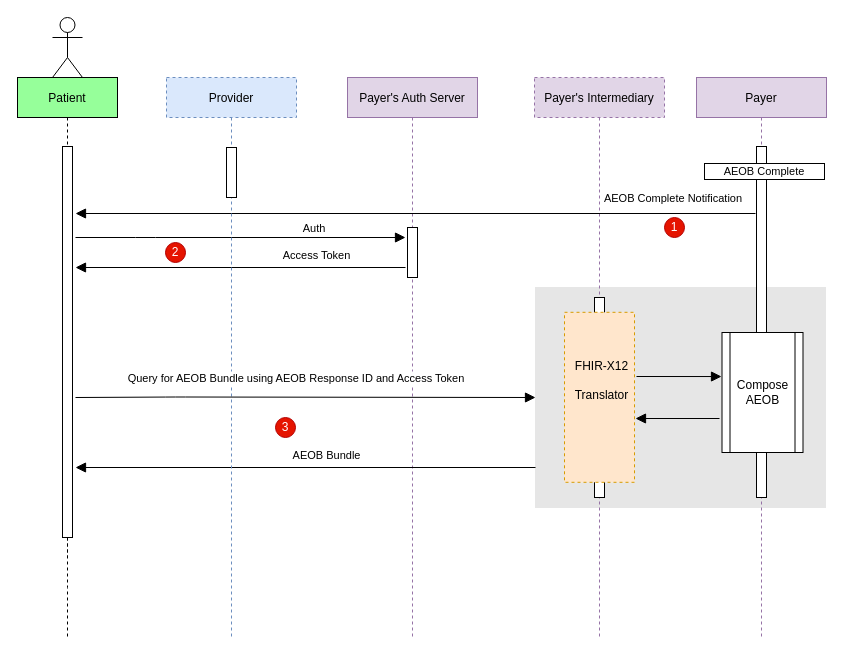
This is input/images/GetAEOB.drawio from HL7/davinci-pct, a draw.io file, before an edit. Source tidied: cells renumbered, new cells numbered last; positions are measured from the earlier drawing's top-left corner, leaving out a move shared by most shapes. Both pictures are drawn from the tidied source at 100%, with x=0, y=0 at pixel (17, 17).
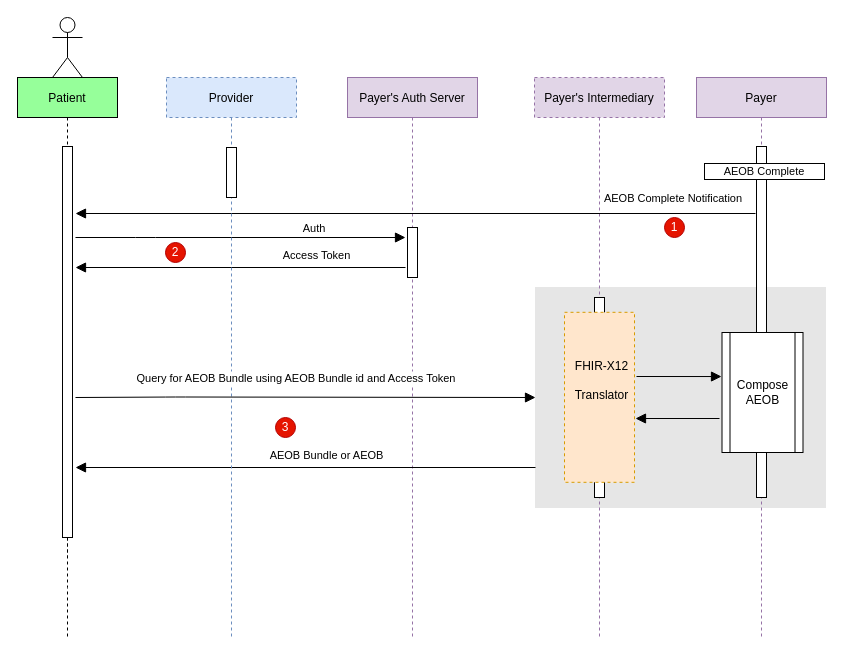
Above is the later version.

The change refers to these unchanged cells:
```xml
<mxCell id="27" style="verticalAlign=bottom;endArrow=block;shadow=0;strokeWidth=1;labelBackgroundColor=none;endSize=8;" parent="1" edge="1">
  <mxGeometry x="0.02" y="-7" relative="1" as="geometry">
    <mxPoint x="518" y="450" as="sourcePoint" />
    <mxPoint x="58" y="450" as="targetPoint" />
  </mxGeometry>
</mxCell>
```

Diff of the diagram source:
```diff
@@
-    <mxCell id="28" value="AEOB Bundle" style="edgeLabel;html=1;align=center;verticalAlign=bottom;labelPosition=center;verticalLabelPosition=top;" parent="27" vertex="1">
+    <mxCell id="28" value="AEOB Bundle or AEOB" style="edgeLabel;html=1;align=center;verticalAlign=bottom;labelPosition=center;verticalLabelPosition=top;" parent="27" vertex="1">
       <mxGeometry x="0.32" y="-4" relative="1" as="geometry">
         <mxPoint x="94" as="offset" />
       </mxGeometry>
     </mxCell>
@@
-    <mxCell id="31" value="Query for AEOB Bundle using AEOB Response ID and Access Token" style="verticalAlign=bottom;endArrow=block;shadow=0;strokeWidth=1;endSize=8;" parent="1" edge="1">
+    <mxCell id="31" value="Query for AEOB Bundle using AEOB Bundle id and Access Token" style="verticalAlign=bottom;endArrow=block;shadow=0;strokeWidth=1;endSize=8;" parent="1" edge="1">
       <mxGeometry x="-0.04" y="10" relative="1" as="geometry">
         <mxPoint x="58" y="380" as="sourcePoint" />
         <mxPoint x="518" y="380" as="targetPoint" />
         <Array as="points">
           <mxPoint x="158" y="379.5" />
         </Array>
       </mxGeometry>
     </mxCell>
```
